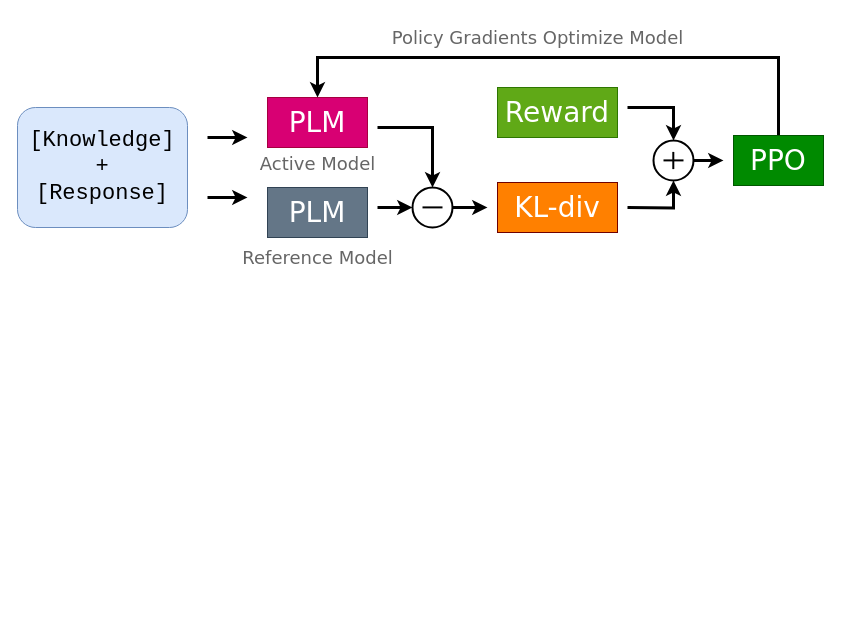
Above: figs/rl.drawio in AmourWaltz/FactDial (draw.io), before the change. Source tidied: cells renumbered, new cells numbered last; positions are measured from the earlier drawing's top-left corner, leaving out a move shared by most shapes. Both pictures are drawn from the tidied source at 100%, with x=0, y=0 at pixel (17, 17).
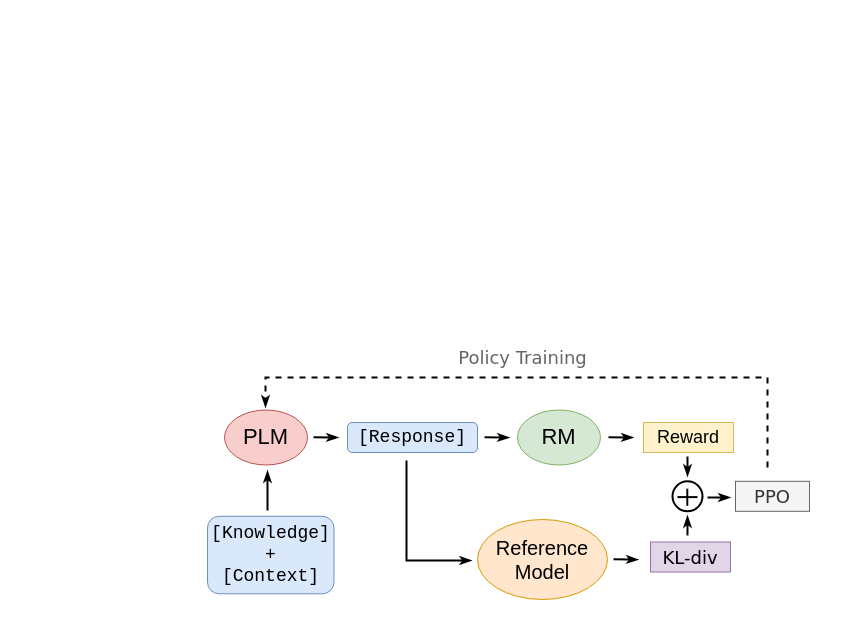
The same page after the edit.

The edit, as a diff of the source:
```diff
@@
-    <mxCell id="2" style="endArrow=classic;html=1;rounded=0;strokeWidth=3;fontFamily=Verdana;fontStyle=0;" parent="1" edge="1">
-      <mxGeometry relative="1" as="geometry">
-        <mxPoint x="190" y="120" as="sourcePoint" />
-        <mxPoint x="230" y="120" as="targetPoint" />
-      </mxGeometry>
-    </mxCell>
-    <mxCell id="3" style="endArrow=classic;html=1;rounded=0;strokeWidth=3;fontFamily=Verdana;fontStyle=0;" parent="1" edge="1">
-      <mxGeometry relative="1" as="geometry">
-        <mxPoint x="190" y="180" as="sourcePoint" />
-        <mxPoint x="230" y="180" as="targetPoint" />
-      </mxGeometry>
-    </mxCell>
-    <mxCell id="4" value="&lt;font style=&quot;font-size: 28px;&quot;&gt;PLM&lt;/font&gt;" style="rounded=0;whiteSpace=wrap;html=1;fillColor=#d80073;strokeColor=#A50040;fontColor=#ffffff;fontFamily=Verdana;fontStyle=0;" parent="1" vertex="1">
-      <mxGeometry x="250" y="80" width="100" height="50" as="geometry" />
-    </mxCell>
-    <mxCell id="5" value="&lt;font style=&quot;font-size: 28px;&quot;&gt;PLM&lt;/font&gt;" style="rounded=0;whiteSpace=wrap;html=1;fillColor=#647687;strokeColor=#314354;fontColor=#ffffff;fontFamily=Verdana;fontStyle=0;" parent="1" vertex="1">
-      <mxGeometry x="250" y="170" width="100" height="50" as="geometry" />
-    </mxCell>
-    <mxCell id="6" value="&lt;font color=&quot;#666666&quot; style=&quot;font-size: 18px;&quot;&gt;Active Model&lt;/font&gt;" style="text;html=1;align=center;verticalAlign=middle;strokeColor=none;fillColor=none;fontFamily=Verdana;fontStyle=0;" parent="1" vertex="1">
-      <mxGeometry x="230" y="126" width="140" height="40" as="geometry" />
-    </mxCell>
+    <mxCell id="15" value="&lt;font face=&quot;Helvetica&quot; style=&quot;font-size: 18px;&quot;&gt;Reward&lt;/font&gt;" style="rounded=0;whiteSpace=wrap;html=1;fillColor=#fff2cc;strokeColor=#d6b656;fontFamily=Verdana;fontStyle=0;" parent="1" vertex="1">
+      <mxGeometry x="626" y="405" width="90" height="30" as="geometry" />
+    </mxCell>
+    <mxCell id="26" value="&lt;font style=&quot;font-size: 18px;&quot; face=&quot;Courier New&quot;&gt;[Knowledge]&lt;br&gt;+&lt;br&gt;[Context]&lt;br&gt;&lt;/font&gt;" style="rounded=1;whiteSpace=wrap;html=1;fillColor=#dae8fc;strokeColor=#6c8ebf;" parent="1" vertex="1">
+      <mxGeometry x="190" y="498.8" width="126.5" height="77.5" as="geometry" />
+    </mxCell>
+    <mxCell id="27" value="&lt;font style=&quot;&quot; face=&quot;Courier New&quot;&gt;&lt;font style=&quot;font-size: 18px;&quot;&gt;[Response]&lt;/font&gt;&lt;br&gt;&lt;/font&gt;" style="rounded=1;whiteSpace=wrap;html=1;fillColor=#dae8fc;strokeColor=#6c8ebf;" parent="1" vertex="1">
+      <mxGeometry x="330" y="405" width="130" height="30" as="geometry" />
+    </mxCell>
+    <mxCell id="28" value="&lt;font style=&quot;font-size: 22px;&quot;&gt;PLM&lt;/font&gt;" style="ellipse;whiteSpace=wrap;html=1;fillColor=#f8cecc;strokeColor=#b85450;" parent="1" vertex="1">
+      <mxGeometry x="207" y="392.5" width="83" height="55" as="geometry" />
+    </mxCell>
+    <mxCell id="29" style="endArrow=classicThin;html=1;rounded=0;strokeWidth=2;fontFamily=Verdana;fontStyle=0;endFill=1;" parent="1" edge="1">
+      <mxGeometry relative="1" as="geometry">
+        <mxPoint x="296" y="419.8" as="sourcePoint" />
+        <mxPoint x="321" y="420.1" as="targetPoint" />
+      </mxGeometry>
+    </mxCell>
+    <mxCell id="30" style="endArrow=classicThin;html=1;rounded=0;strokeWidth=2;fontFamily=Verdana;fontStyle=0;endFill=1;" parent="1" edge="1">
+      <mxGeometry relative="1" as="geometry">
+        <mxPoint x="467" y="419.8" as="sourcePoint" />
+        <mxPoint x="492" y="420.1" as="targetPoint" />
+      </mxGeometry>
+    </mxCell>
+    <mxCell id="31" value="&lt;font style=&quot;font-size: 22px;&quot;&gt;RM&lt;/font&gt;" style="ellipse;whiteSpace=wrap;html=1;fillColor=#d5e8d4;strokeColor=#82b366;" parent="1" vertex="1">
+      <mxGeometry x="500" y="392.5" width="83" height="55" as="geometry" />
+    </mxCell>
+    <mxCell id="32" style="endArrow=classicThin;html=1;rounded=0;strokeWidth=2;fontFamily=Verdana;fontStyle=0;endFill=1;" parent="1" edge="1">
+      <mxGeometry relative="1" as="geometry">
+        <mxPoint x="591" y="419.8" as="sourcePoint" />
+        <mxPoint x="616" y="420.1" as="targetPoint" />
+      </mxGeometry>
+    </mxCell>
-    <mxCell id="7" value="&lt;font color=&quot;#666666&quot; style=&quot;font-size: 18px;&quot;&gt;Reference Model&lt;/font&gt;" style="text;html=1;align=center;verticalAlign=middle;strokeColor=none;fillColor=none;fontFamily=Verdana;fontStyle=0;" parent="1" vertex="1">
-      <mxGeometry x="215" y="220" width="170" height="40" as="geometry" />
+    <mxCell id="7" value="&lt;font style=&quot;font-size: 20px;&quot;&gt;Reference&lt;br&gt;Model&lt;br&gt;&lt;/font&gt;" style="ellipse;whiteSpace=wrap;html=1;fillColor=#ffe6cc;strokeColor=#d79b00;" parent="1" vertex="1">
+      <mxGeometry x="460" y="502" width="130" height="80" as="geometry" />
     </mxCell>
-    <mxCell id="8" style="endArrow=classic;html=1;rounded=0;strokeWidth=3;entryX=0.5;entryY=0;entryDx=0;entryDy=0;edgeStyle=orthogonalEdgeStyle;fontFamily=Verdana;fontStyle=0;" parent="1" edge="1" target="11">
-      <mxGeometry relative="1" as="geometry">
-        <mxPoint x="360" y="110" as="sourcePoint" />
-        <Array as="points">
-          <mxPoint x="415" y="110" />
-        </Array>
-      </mxGeometry>
-    </mxCell>
-    <mxCell id="9" style="endArrow=classic;html=1;rounded=0;strokeWidth=3;entryX=0;entryY=0.5;entryDx=0;entryDy=0;fontFamily=Verdana;fontStyle=0;" parent="1" edge="1" target="11">
-      <mxGeometry relative="1" as="geometry">
-        <mxPoint x="360" y="190" as="sourcePoint" />
-      </mxGeometry>
-    </mxCell>
-    <mxCell id="10" style="edgeStyle=orthogonalEdgeStyle;rounded=0;jettySize=auto;html=1;exitX=1;exitY=0.5;exitDx=0;exitDy=0;strokeWidth=3;fontFamily=Verdana;fontStyle=0;" parent="1" edge="1" source="11">
-      <mxGeometry relative="1" as="geometry">
-        <mxPoint x="470" y="190" as="targetPoint" />
-      </mxGeometry>
-    </mxCell>
-    <mxCell id="11" style="ellipse;whiteSpace=wrap;html=1;strokeWidth=2;fontFamily=Verdana;fontStyle=0;" parent="1" vertex="1">
-      <mxGeometry x="395" y="170" width="40" height="40" as="geometry" />
-    </mxCell>
-    <mxCell id="12" style="edgeStyle=orthogonalEdgeStyle;rounded=0;jettySize=auto;html=1;entryX=0.5;entryY=1;entryDx=0;entryDy=0;strokeWidth=3;fontFamily=Verdana;fontStyle=0;" parent="1" edge="1" target="18">
-      <mxGeometry relative="1" as="geometry">
-        <mxPoint x="610" y="190" as="sourcePoint" />
-      </mxGeometry>
-    </mxCell>
+    <mxCell id="33" style="edgeStyle=orthogonalEdgeStyle;rounded=0;orthogonalLoop=1;jettySize=auto;html=1;exitX=1;exitY=0.5;exitDx=0;exitDy=0;fontFamily=Verdana;fontStyle=0;" parent="1" edge="1">
+      <mxGeometry relative="1" as="geometry">
+        <mxPoint x="680" y="474.8" as="sourcePoint" />
+        <mxPoint x="670" y="476.8" as="targetPoint" />
+      </mxGeometry>
+    </mxCell>
+    <mxCell id="34" style="ellipse;whiteSpace=wrap;html=1;strokeWidth=2;fontFamily=Verdana;fontStyle=0;" parent="1" vertex="1">
+      <mxGeometry x="655" y="463.8" width="30" height="30" as="geometry" />
+    </mxCell>
+    <mxCell id="35" style="endArrow=none;html=1;rounded=0;strokeWidth=2;fontFamily=Verdana;fontStyle=0;" parent="1" edge="1">
+      <mxGeometry relative="1" as="geometry">
+        <mxPoint x="660" y="479.6" as="sourcePoint" />
+        <mxPoint x="680" y="479.6" as="targetPoint" />
+      </mxGeometry>
+    </mxCell>
+    <mxCell id="36" style="endArrow=none;html=1;rounded=0;strokeWidth=2;fontFamily=Verdana;fontStyle=0;" parent="1" edge="1">
+      <mxGeometry relative="1" as="geometry">
+        <mxPoint x="669.8" y="471.2" as="sourcePoint" />
+        <mxPoint x="669.8" y="488.3" as="targetPoint" />
+      </mxGeometry>
+    </mxCell>
+    <mxCell id="37" style="endArrow=classicThin;html=1;rounded=0;strokeWidth=2;fontFamily=Verdana;fontStyle=0;endFill=1;edgeStyle=orthogonalEdgeStyle;dashed=1;" parent="1" edge="1">
+      <mxGeometry relative="1" as="geometry">
+        <mxPoint x="750" y="450" as="sourcePoint" />
+        <mxPoint x="248" y="390" as="targetPoint" />
+        <Array as="points">
+          <mxPoint x="750" y="360" />
+          <mxPoint x="248" y="360" />
+        </Array>
+      </mxGeometry>
+    </mxCell>
+    <mxCell id="38" style="endArrow=classicThin;html=1;rounded=0;strokeWidth=2;edgeStyle=orthogonalEdgeStyle;fontFamily=Verdana;fontStyle=0;endFill=1;" parent="1" edge="1">
+      <mxGeometry relative="1" as="geometry">
+        <mxPoint x="389" y="443" as="sourcePoint" />
+        <mxPoint x="454.2" y="543" as="targetPoint" />
+        <Array as="points">
+          <mxPoint x="389" y="543" />
+        </Array>
+      </mxGeometry>
+    </mxCell>
+    <mxCell id="39" style="endArrow=classicThin;html=1;rounded=0;strokeWidth=2;fontFamily=Verdana;fontStyle=0;endFill=1;" parent="1" edge="1">
+      <mxGeometry relative="1" as="geometry">
+        <mxPoint x="596" y="541.8" as="sourcePoint" />
+        <mxPoint x="621" y="542.2" as="targetPoint" />
+      </mxGeometry>
+    </mxCell>
-    <mxCell id="13" value="&lt;font style=&quot;font-size: 28px;&quot;&gt;KL-div&lt;/font&gt;" style="rounded=0;whiteSpace=wrap;html=1;fillColor=#FF8000;strokeColor=#6F0000;fontColor=#ffffff;fontFamily=Verdana;fontStyle=0;" parent="1" vertex="1">
-      <mxGeometry x="480" y="165" width="120" height="50" as="geometry" />
+    <mxCell id="13" value="&lt;font style=&quot;font-size: 18px;&quot;&gt;KL-div&lt;/font&gt;" style="rounded=0;whiteSpace=wrap;html=1;fillColor=#e1d5e7;strokeColor=#9673a6;fontFamily=Verdana;fontStyle=0;" parent="1" vertex="1">
+      <mxGeometry x="633" y="524.5" width="80" height="30" as="geometry" />
     </mxCell>
-    <mxCell id="14" style="edgeStyle=orthogonalEdgeStyle;rounded=0;jettySize=auto;html=1;exitX=1;exitY=0.5;exitDx=0;exitDy=0;fontFamily=Verdana;fontStyle=0;" parent="1" edge="1" source="18">
-      <mxGeometry relative="1" as="geometry">
-        <mxPoint x="656" y="140" as="targetPoint" />
-      </mxGeometry>
-    </mxCell>
-    <mxCell id="15" value="&lt;font style=&quot;font-size: 28px;&quot;&gt;Reward&lt;/font&gt;" style="rounded=0;whiteSpace=wrap;html=1;fillColor=#60a917;strokeColor=#2D7600;fontColor=#ffffff;fontFamily=Verdana;fontStyle=0;" parent="1" vertex="1">
-      <mxGeometry x="480" y="70" width="120" height="50" as="geometry" />
-    </mxCell>
-    <mxCell id="16" style="edgeStyle=orthogonalEdgeStyle;rounded=0;jettySize=auto;html=1;entryX=0.5;entryY=0;entryDx=0;entryDy=0;strokeWidth=3;fontFamily=Verdana;fontStyle=0;" parent="1" edge="1" target="18">
-      <mxGeometry relative="1" as="geometry">
-        <mxPoint x="610" y="90" as="sourcePoint" />
-        <Array as="points">
-          <mxPoint x="656" y="90" />
-        </Array>
-      </mxGeometry>
-    </mxCell>
-    <mxCell id="17" style="edgeStyle=orthogonalEdgeStyle;rounded=0;jettySize=auto;html=1;exitX=1;exitY=0.5;exitDx=0;exitDy=0;strokeWidth=3;fontFamily=Verdana;fontStyle=0;" parent="1" edge="1" source="18">
-      <mxGeometry relative="1" as="geometry">
-        <mxPoint x="706" y="143.3" as="targetPoint" />
-      </mxGeometry>
-    </mxCell>
-    <mxCell id="18" style="ellipse;whiteSpace=wrap;html=1;strokeWidth=2;fontFamily=Verdana;fontStyle=0;" parent="1" vertex="1">
-      <mxGeometry x="636" y="123" width="40" height="40" as="geometry" />
-    </mxCell>
-    <mxCell id="19" style="endArrow=none;html=1;rounded=0;strokeWidth=2;fontFamily=Verdana;fontStyle=0;" parent="1" edge="1">
-      <mxGeometry relative="1" as="geometry">
-        <mxPoint x="405" y="189.9" as="sourcePoint" />
-        <mxPoint x="425" y="189.9" as="targetPoint" />
-      </mxGeometry>
-    </mxCell>
-    <mxCell id="20" style="endArrow=none;html=1;rounded=0;strokeWidth=2;fontFamily=Verdana;fontStyle=0;" parent="1" edge="1">
-      <mxGeometry relative="1" as="geometry">
-        <mxPoint x="646" y="142.9" as="sourcePoint" />
-        <mxPoint x="666" y="142.9" as="targetPoint" />
-      </mxGeometry>
-    </mxCell>
-    <mxCell id="21" style="endArrow=none;html=1;rounded=0;strokeWidth=2;fontFamily=Verdana;fontStyle=0;" parent="1" edge="1">
-      <mxGeometry relative="1" as="geometry">
-        <mxPoint x="655.8" y="134.4" as="sourcePoint" />
-        <mxPoint x="655.8" y="151.6" as="targetPoint" />
-      </mxGeometry>
-    </mxCell>
-    <mxCell id="22" style="edgeStyle=orthogonalEdgeStyle;rounded=0;jettySize=auto;html=1;exitX=0.5;exitY=0;exitDx=0;exitDy=0;entryX=0.5;entryY=0;entryDx=0;entryDy=0;strokeWidth=3;fontFamily=Verdana;fontStyle=0;" parent="1" edge="1" source="23" target="4">
-      <mxGeometry relative="1" as="geometry">
-        <Array as="points">
-          <mxPoint x="761" y="40" />
-          <mxPoint x="300" y="40" />
-        </Array>
-      </mxGeometry>
-    </mxCell>
+    <mxCell id="40" style="endArrow=classicThin;html=1;rounded=0;strokeWidth=2;fontFamily=Verdana;fontStyle=0;endFill=1;" parent="1" edge="1">
+      <mxGeometry relative="1" as="geometry">
+        <mxPoint x="670" y="518" as="sourcePoint" />
+        <mxPoint x="670" y="498" as="targetPoint" />
+      </mxGeometry>
+    </mxCell>
+    <mxCell id="41" style="endArrow=classicThin;html=1;rounded=0;strokeWidth=2;fontFamily=Verdana;fontStyle=0;endFill=1;" parent="1" edge="1">
+      <mxGeometry relative="1" as="geometry">
+        <mxPoint x="670" y="439" as="sourcePoint" />
+        <mxPoint x="670" y="459" as="targetPoint" />
+      </mxGeometry>
+    </mxCell>
+    <mxCell id="42" style="endArrow=classicThin;html=1;rounded=0;strokeWidth=2;fontFamily=Verdana;fontStyle=0;endFill=1;" parent="1" edge="1">
+      <mxGeometry relative="1" as="geometry">
+        <mxPoint x="250" y="493" as="sourcePoint" />
+        <mxPoint x="250" y="453" as="targetPoint" />
+      </mxGeometry>
+    </mxCell>
+    <mxCell id="43" value="&lt;font color=&quot;#666666&quot; style=&quot;font-size: 18px;&quot;&gt;Policy Training&lt;/font&gt;" style="text;html=1;align=center;verticalAlign=middle;strokeColor=none;fillColor=none;fontFamily=Verdana;fontStyle=0;" parent="1" vertex="1">
+      <mxGeometry x="430" y="320" width="150" height="40" as="geometry" />
+    </mxCell>
-    <mxCell id="23" value="&lt;font style=&quot;font-size: 28px;&quot;&gt;PPO&lt;/font&gt;" style="rounded=0;whiteSpace=wrap;html=1;fillColor=#008a00;strokeColor=#005700;fontColor=#ffffff;fontFamily=Verdana;fontStyle=0;" parent="1" vertex="1">
-      <mxGeometry x="716" y="118" width="90" height="50" as="geometry" />
+    <mxCell id="23" value="&lt;font style=&quot;font-size: 18px;&quot;&gt;PPO&lt;/font&gt;" style="rounded=0;whiteSpace=wrap;html=1;fillColor=#f5f5f5;strokeColor=#666666;fontFamily=Verdana;fontStyle=0;fontColor=#333333;" parent="1" vertex="1">
+      <mxGeometry x="718" y="463.8" width="74" height="30" as="geometry" />
     </mxCell>
-    <mxCell id="24" value="&lt;font color=&quot;#666666&quot; style=&quot;font-size: 18px;&quot;&gt;Policy Gradients Optimize Model&lt;/font&gt;" style="text;html=1;align=center;verticalAlign=middle;strokeColor=none;fillColor=none;fontFamily=Verdana;fontStyle=0;" parent="1" vertex="1">
-      <mxGeometry x="365" width="310" height="40" as="geometry" />
-    </mxCell>
-    <mxCell id="25" value="&lt;font style=&quot;font-size: 22px;&quot; face=&quot;Courier New&quot;&gt;[Knowledge]&lt;br&gt;+&lt;br&gt;[Response]&lt;br&gt;&lt;/font&gt;" style="rounded=1;whiteSpace=wrap;html=1;fillColor=#dae8fc;strokeColor=#6c8ebf;" parent="1" vertex="1">
-      <mxGeometry y="90" width="170" height="120" as="geometry" />
-    </mxCell>
+    <mxCell id="44" style="endArrow=classicThin;html=1;rounded=0;strokeWidth=2;fontFamily=Verdana;fontStyle=0;endFill=1;" parent="1" edge="1">
+      <mxGeometry relative="1" as="geometry">
+        <mxPoint x="690" y="480" as="sourcePoint" />
+        <mxPoint x="713" y="480" as="targetPoint" />
+      </mxGeometry>
+    </mxCell>
```
